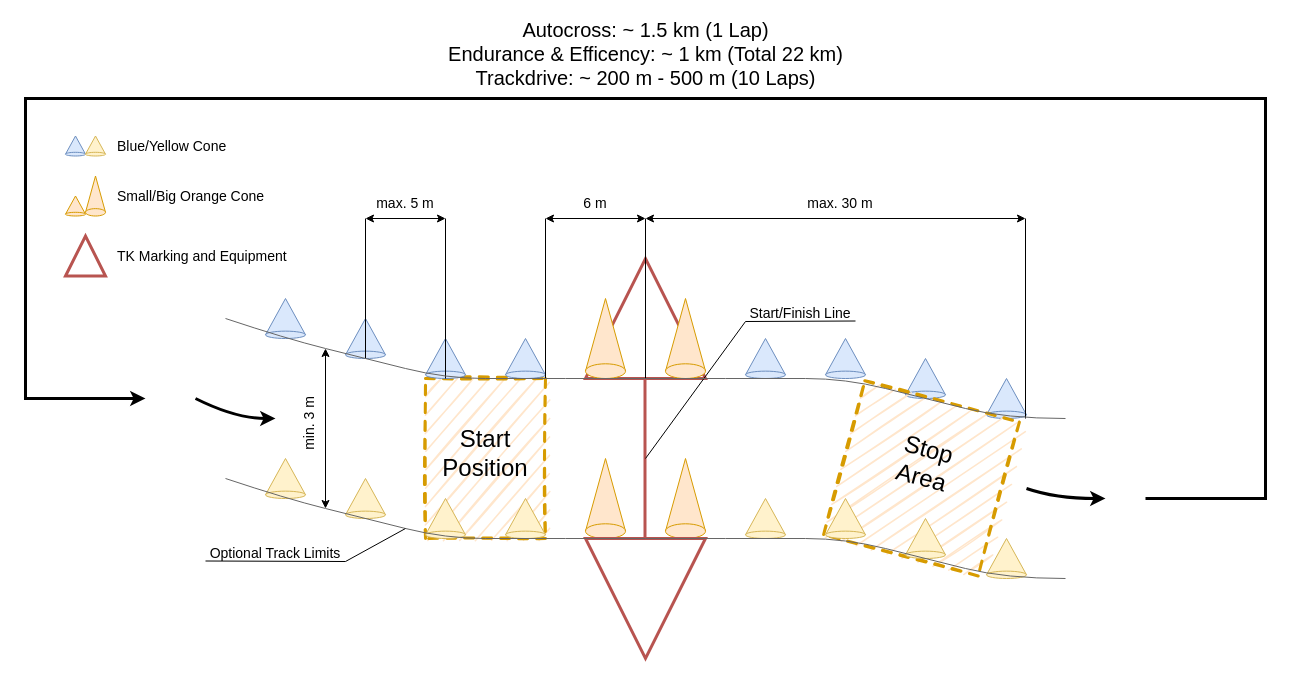
Earlier version of the draw.io diagram ressources/figures/FS_Event_Trackdrive.drawio (Beomar97/path-planning-docs). Source tidied: cells renumbered, new cells numbered last; positions are measured from the earlier drawing's top-left corner, leaving out a move shared by most shapes. Both pictures are drawn from the tidied source at 100%, with x=0, y=0 at pixel (25, 18).
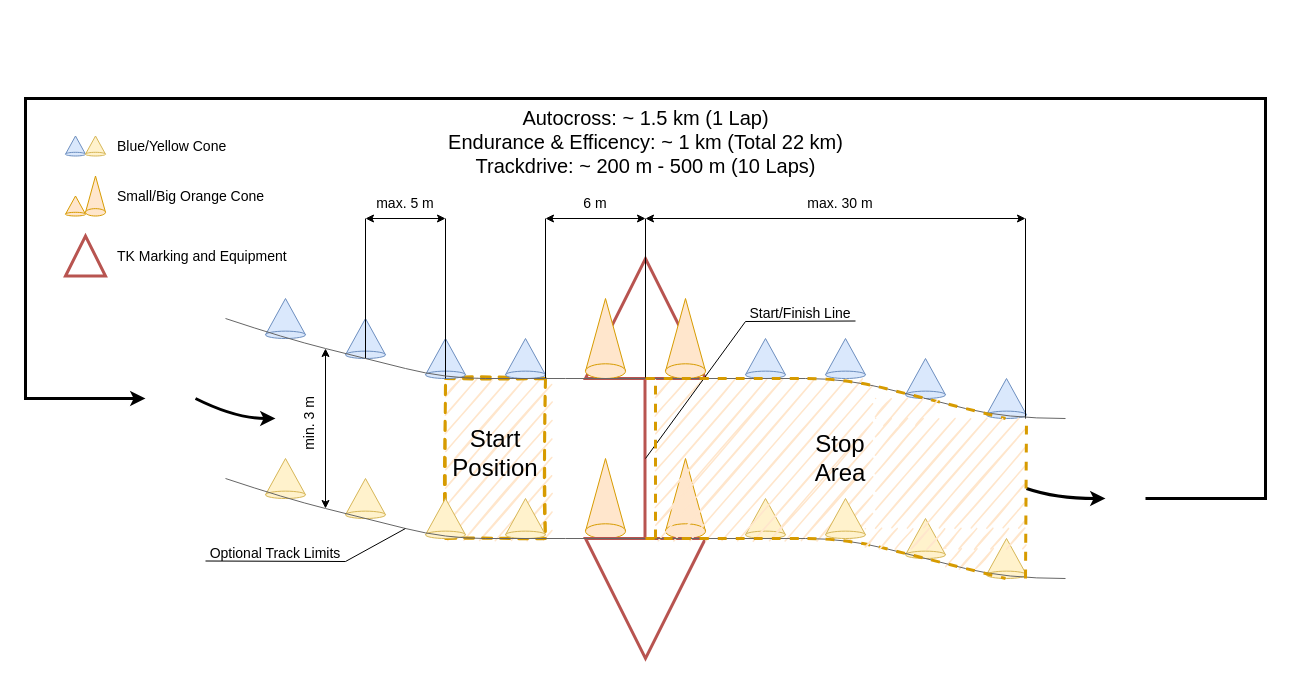
After the change.

Commit message (it also covers changes not shown here):
docs: update trackdrive event figure

The change refers to these unchanged cells:
```xml
<mxCell id="11" style="triangle;whiteSpace=wrap;html=1;rotation=-90;fillColor=none;strokeColor=#b85450;strokeWidth=3;" parent="1" vertex="1">
  <mxGeometry x="560" y="240" width="120" height="120" as="geometry" />
</mxCell>
```

The edit, as a diff of the source:
```diff
@@
+    <mxCell id="60" style="whiteSpace=wrap;html=1;fillColor=#ffe6cc;strokeColor=none;sketch=1;strokeWidth=3;dashed=1;rotation=0;" parent="1" vertex="1">
+      <mxGeometry x="920" y="530" width="71" height="20" as="geometry" />
+    </mxCell>
     <mxCell id="2" style="whiteSpace=wrap;html=1;fillColor=#ffe6cc;strokeColor=#d79b00;sketch=1;strokeWidth=3;dashed=1;" parent="1" vertex="1">
-      <mxGeometry x="400" y="360" width="120" height="160" as="geometry" />
+      <mxGeometry x="420" y="360" width="100" height="160" as="geometry" />
     </mxCell>
@@
     <mxCell id="34" value="Start Position" style="text;html=1;strokeColor=none;fillColor=none;align=center;verticalAlign=middle;whiteSpace=wrap;rounded=0;glass=0;dashed=1;sketch=1;fontSize=24;rotation=0;" parent="1" vertex="1">
-      <mxGeometry x="410" y="420" width="100" height="30" as="geometry" />
+      <mxGeometry x="420" y="420" width="100" height="30" as="geometry" />
     </mxCell>
-    <mxCell id="35" style="whiteSpace=wrap;html=1;fillColor=#ffe6cc;strokeColor=#d79b00;sketch=1;strokeWidth=3;dashed=1;rotation=15;" parent="1" vertex="1">
-      <mxGeometry x="816" y="380.2" width="160" height="159.3" as="geometry" />
+    <mxCell id="35" style="whiteSpace=wrap;html=1;fillColor=#ffe6cc;strokeColor=none;sketch=1;strokeWidth=3;dashed=1;rotation=0;" parent="1" vertex="1">
+      <mxGeometry x="630" y="360.7" width="210" height="159.3" as="geometry" />
     </mxCell>
@@
-    <mxCell id="38" value="Stop Area" style="text;html=1;strokeColor=none;fillColor=none;align=center;verticalAlign=middle;whiteSpace=wrap;rounded=0;glass=0;dashed=1;sketch=1;fontSize=24;rotation=15;" parent="1" vertex="1">
-      <mxGeometry x="850" y="430" width="100" height="30" as="geometry" />
+    <mxCell id="38" value="Stop Area" style="text;html=1;strokeColor=none;fillColor=none;align=center;verticalAlign=middle;whiteSpace=wrap;rounded=0;glass=0;dashed=1;sketch=1;fontSize=24;rotation=0;" parent="1" vertex="1">
+      <mxGeometry x="765" y="425" width="100" height="30" as="geometry" />
     </mxCell>
@@
     <mxCell id="56" value="Autocross: ~ 1.5 km (1 Lap)&lt;br style=&quot;font-size: 20px;&quot;&gt;Endurance &amp;amp; Efficency: ~ 1 km (Total 22 km)&lt;br style=&quot;font-size: 20px;&quot;&gt;Trackdrive: ~ 200 m - 500 m (10 Laps)" style="text;html=1;strokeColor=none;fillColor=none;align=center;verticalAlign=middle;whiteSpace=wrap;rounded=0;dashed=1;sketch=1;fontSize=20;" parent="1" vertex="1">
-      <mxGeometry x="417.5" width="405" height="70" as="geometry" />
+      <mxGeometry x="417.5" y="87.5" width="405" height="70" as="geometry" />
     </mxCell>
@@
+    <mxCell id="61" style="endArrow=none;html=1;exitX=0;exitY=0.5;exitDx=0;exitDy=0;fillColor=#ffe6cc;strokeColor=#d79b00;strokeWidth=3;curved=1;dashed=1;" parent="1" edge="1" source="11">
+      <mxGeometry relative="1" as="geometry">
+        <mxPoint x="980" y="400" as="targetPoint" />
+        <Array as="points">
+          <mxPoint x="740" y="360" />
+          <mxPoint x="820" y="360" />
+          <mxPoint x="900" y="380" />
+        </Array>
+      </mxGeometry>
+    </mxCell>
+    <mxCell id="62" style="endArrow=none;html=1;exitX=0;exitY=0.5;exitDx=0;exitDy=0;fillColor=#ffe6cc;strokeColor=#d79b00;strokeWidth=3;curved=1;dashed=1;" parent="1" edge="1">
+      <mxGeometry relative="1" as="geometry">
+        <mxPoint x="620" y="520" as="sourcePoint" />
+        <mxPoint x="980" y="560" as="targetPoint" />
+        <Array as="points">
+          <mxPoint x="740" y="520" />
+          <mxPoint x="820" y="520" />
+          <mxPoint x="900" y="540" />
+        </Array>
+      </mxGeometry>
+    </mxCell>
+    <mxCell id="63" style="whiteSpace=wrap;html=1;fillColor=#ffe6cc;strokeColor=none;sketch=1;strokeWidth=3;dashed=1;rotation=0;" parent="1" vertex="1">
+      <mxGeometry x="850" y="400" width="151" height="109.3" as="geometry" />
+    </mxCell>
+    <mxCell id="64" style="whiteSpace=wrap;html=1;fillColor=#ffe6cc;strokeColor=none;sketch=1;strokeWidth=3;dashed=1;rotation=0;" parent="1" vertex="1">
+      <mxGeometry x="850" y="380" width="60" height="20" as="geometry" />
+    </mxCell>
+    <mxCell id="65" style="whiteSpace=wrap;html=1;fillColor=#ffe6cc;strokeColor=none;sketch=1;strokeWidth=3;dashed=1;rotation=0;" parent="1" vertex="1">
+      <mxGeometry x="840" y="510" width="160" height="20" as="geometry" />
+    </mxCell>
+    <mxCell id="66" style="endArrow=none;html=1;dashed=1;strokeWidth=3;curved=1;fillColor=#ffe6cc;strokeColor=#d79b00;" parent="1" edge="1">
+      <mxGeometry relative="1" as="geometry">
+        <mxPoint x="630" y="520" as="sourcePoint" />
+        <mxPoint x="630" y="360" as="targetPoint" />
+      </mxGeometry>
+    </mxCell>
+    <mxCell id="67" style="endArrow=none;html=1;dashed=1;strokeWidth=3;curved=1;entryX=1;entryY=0;entryDx=0;entryDy=0;fillColor=#ffe6cc;strokeColor=#d79b00;" parent="1" edge="1" target="63">
+      <mxGeometry relative="1" as="geometry">
+        <mxPoint x="1000" y="560" as="sourcePoint" />
+      </mxGeometry>
+    </mxCell>
```
